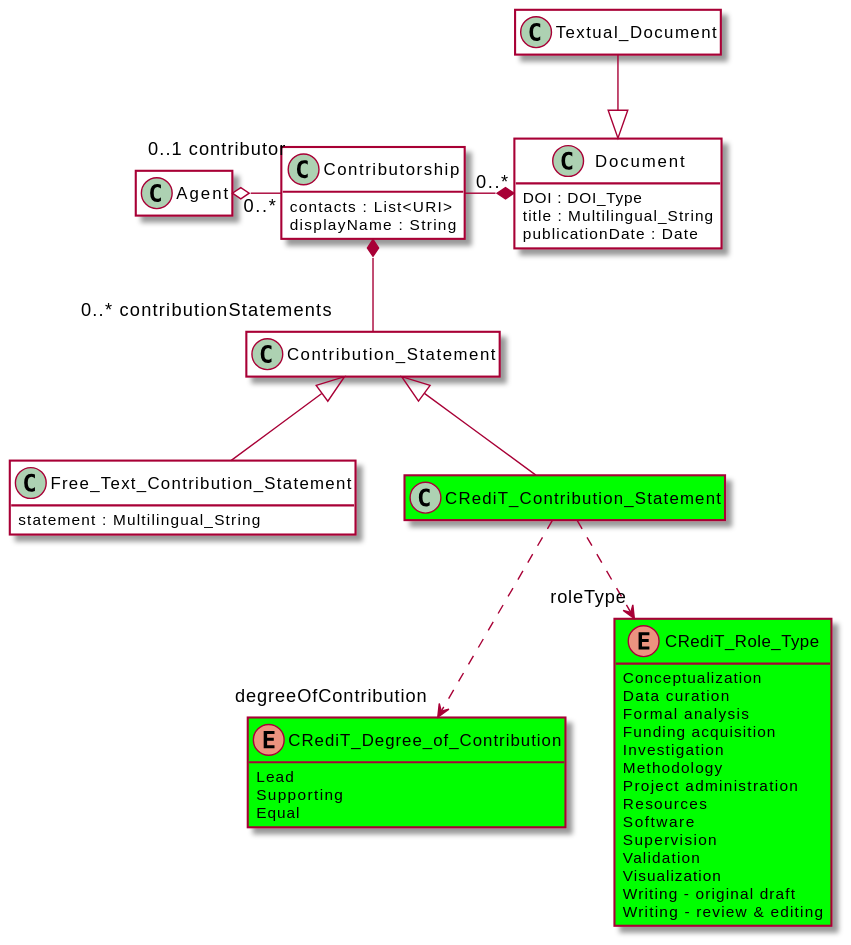
EuroCRIS/CERIF-ScholarlyPublicationsModule keeps this PlantUML diagram as diagrams/CRediT.svg. Above is the earlier version. The source it was exported from:
```plantuml
@startuml

    !includesub ../../CERIF-Core/diagrams/core.puml!common


    !includesub ../../CERIF-Core/diagrams/core.puml!Document
    !includesub ../../CERIF-Core/diagrams/core.puml!Contributorship
    !includesub ../../CERIF-Core/diagrams/core.puml!Agent

    !includesub ./module.puml!CRediT

@enduml
```
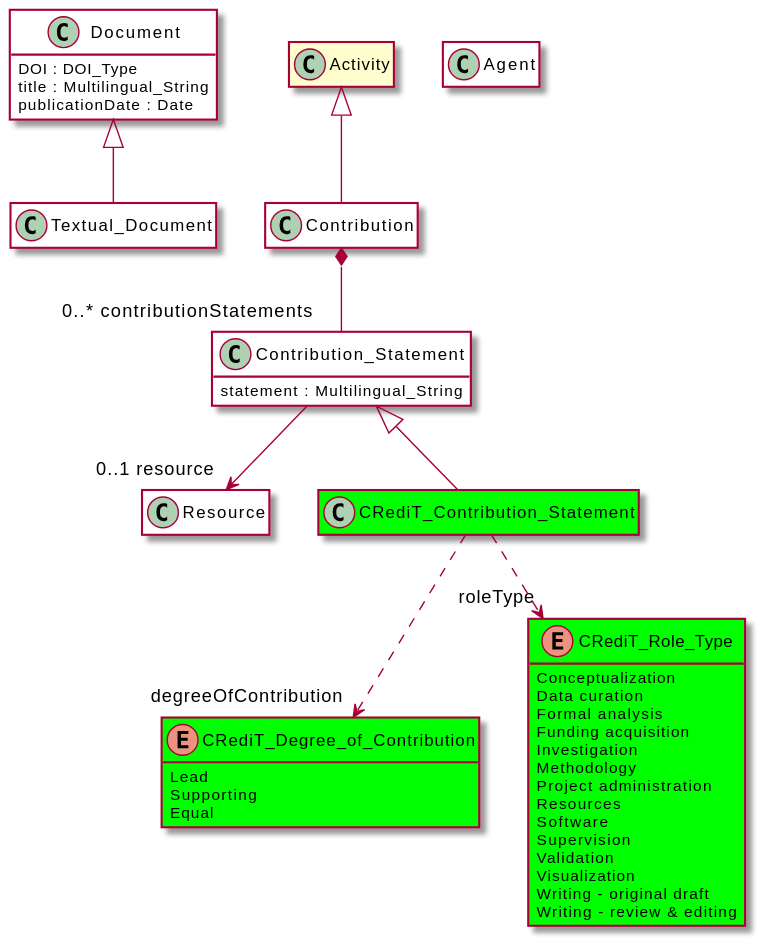
Later version of the same file.

Commit message:
:rocket: adding generated diagrams

What changed in the source:
```diff
@@ -4,7 +4,7 @@
 
 
     !includesub ../../CERIF-Core/diagrams/core.puml!Document
-    !includesub ../../CERIF-Core/diagrams/core.puml!Contributorship
+    !includesub ../../CERIF-Core/diagrams/core.puml!Contribution
     !includesub ../../CERIF-Core/diagrams/core.puml!Agent
 
     !includesub ./module.puml!CRediT
```
